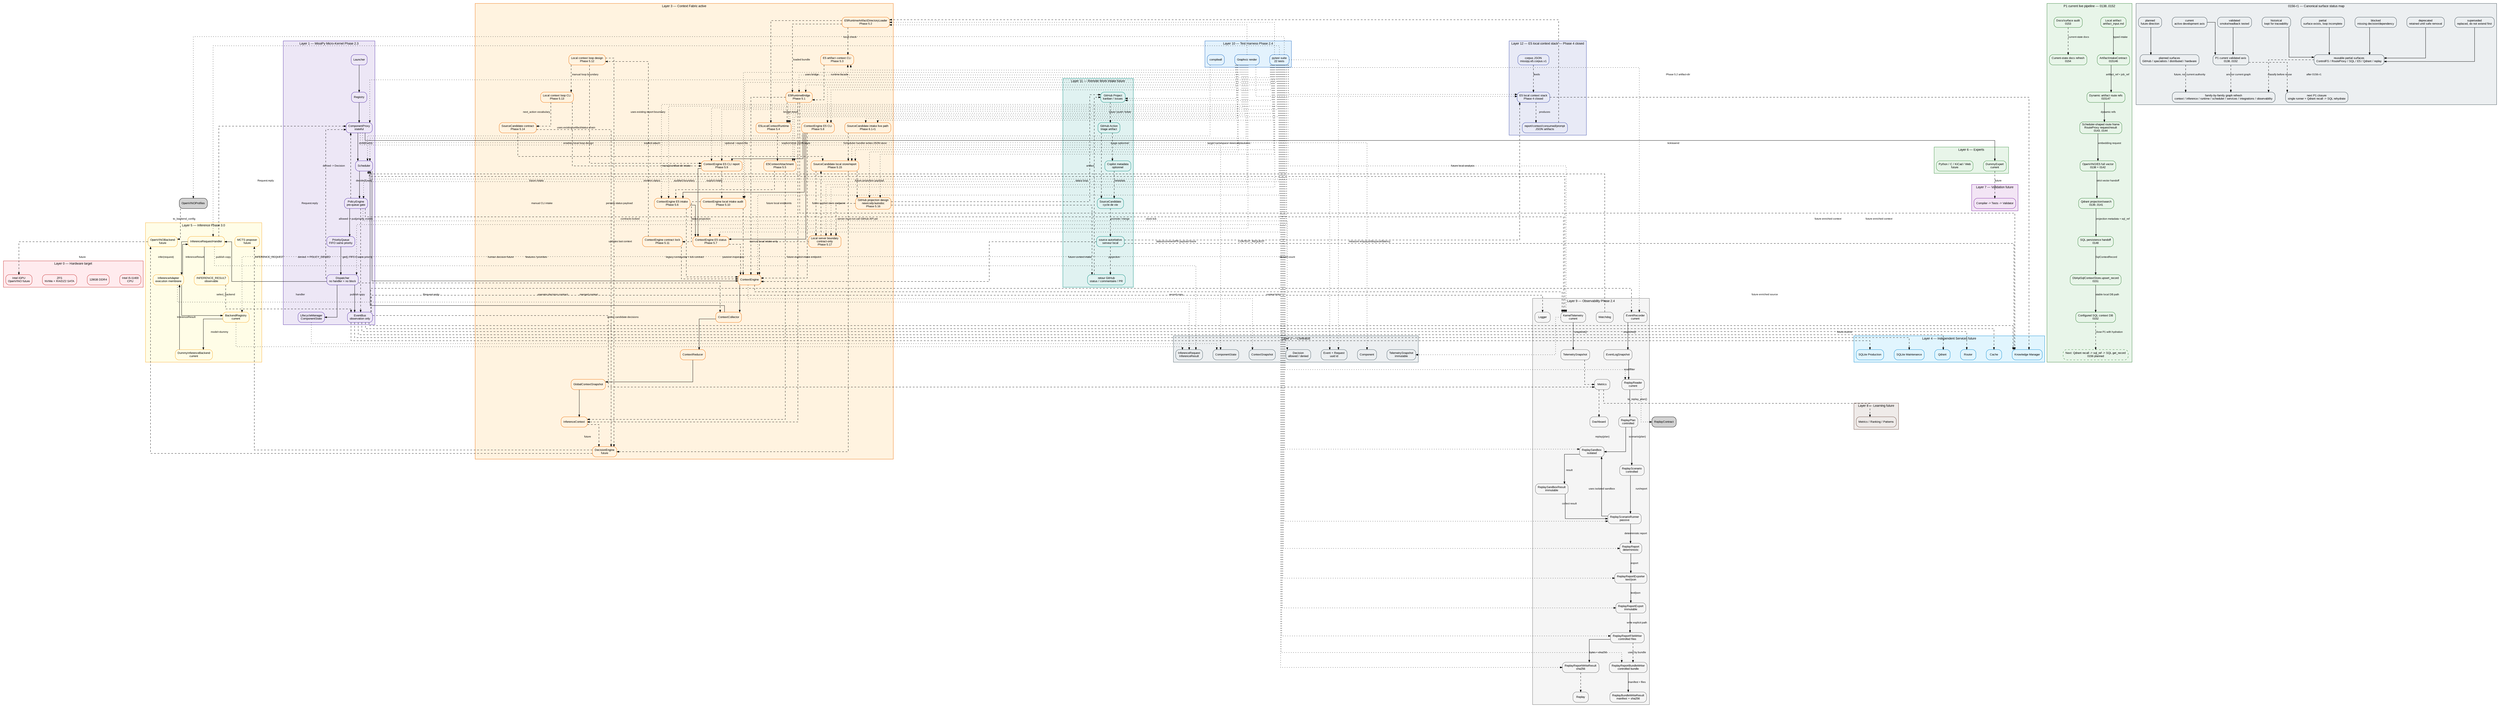
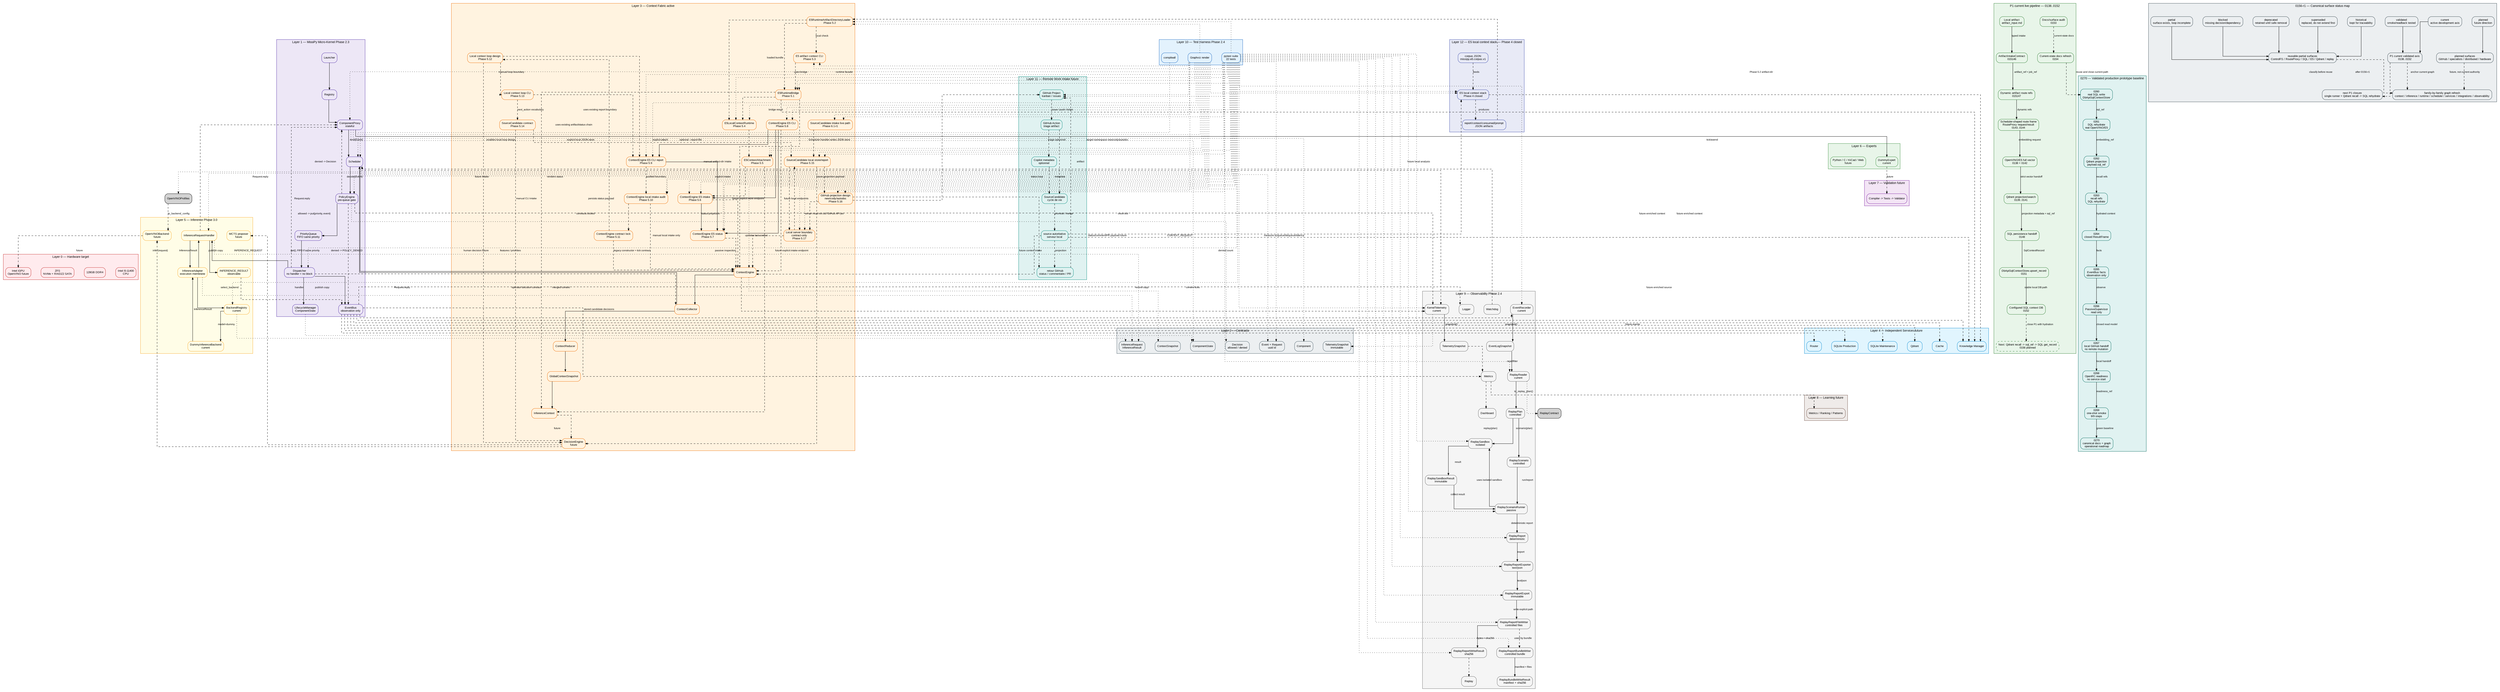
digraph Global {
    // ROADMAP_ID: global

    rankdir=TB;

    // ROADMAP_NOTE[phase2_5]:
    // BackendRegistry est ajouté au layer inference pour préparer
    // l’enregistrement explicite d’OpenVINO sans modifier le Scheduler.

    // ROADMAP_NOTE[phase3_0]:
    // OpenVINOModelProfileRegistry est ajouté pour décrire un ou plusieurs
    // modèles OpenVINO possibles avant de créer les backends exécutables.
    // ROADMAP_NOTE[phase0155]:
    // Canonical graph refresh: 00_global.dot is kept as the master graph.
    // P1 current live pipeline 0138..0152 is now visible from the global graph:
    // artifact intake -> dynamic route refs -> RouteProxy frames -> OpenVINO/E5
    // full vector -> Qdrant projection -> SQL handoff -> DbApiSqlContextStore
    // controlled write -> SQL readback. Changelogs become mandatory for each
    // significant architecture/runtime/doc/code-rule step.
+     // ROADMAP_NOTE[phase0270]:
+     // The canonical graph now exposes the validated 0260..0269 prototype axis.
+     // SQL remains durable authority; Qdrant is projection/recall; OpenVINO/E5 is
+     // explicit; EventBus and PassiveSupervisor are observation only; GitHub has
+     // no implicit remote mutation; OpenRC/OS/admin owns external processes.

    compound=true;
    splines=ortho;
    nodesep=0.5;
    ranksep=0.8;

    graph [fontname="Arial", fontsize=11];
    node [shape=box, style="rounded,filled", fontname="Arial", fontsize=10];
    edge [fontname="Arial", fontsize=9, arrowsize=0.7];

    // ROADMAP_NOTE[phase2_4]:
// ReplayReportBundleWriter ajoute un dossier de replay contrôlé :
// report.txt, report.json et manifest.json avec sha256. La roadmap DOT
// est aussi vérifiée par tests/docs/test_dot_links.py afin que les liens
// descente/remontée pointent vers des sources DOT existantes.
    // Le Layer 9 ajoute ReplayReportFileWriter après ReplayReportExport.
    // Cette étape persiste les exports texte/JSON vers chemins explicites.
    // Aucun répertoire n'est créé ni aucun fichier écrasé sans demande explicite.
    // Le writer reste passif et ne commande jamais le Scheduler vivant.


    // ROADMAP_NOTE[phase4_18_r2]:
    // GitHub Project Orchestrator est visible dans l'architecture globale.
    // Cette couche reste future et documentaire : pas d'API GitHub, pas de token,
    // pas de polling réseau et pas de dépendance Copilot dans le coeur.

    // ROADMAP_NOTE[phase4_19]:
    // La Phase 4 se clôt par un audit du moteur local E5 : corpus, recherche,
    // diagnostics, gates, rapports, contexte, consommation et prompt packet.
    // Le stack E5 reste hors Scheduler, hors Qdrant et hors backend de réponse.

    // ROADMAP_NOTE[phase4_20]:
    // Phase 4 clôturée : le moteur local E5 produit des artefacts déterministes
    // de recherche, contexte consommé et prompt packet. La Phase 5 peut brancher
    // ce socle au serveur local ou au Context Engine sans changer ces frontières.

    // ROADMAP_NOTE[phase5_2]:
    // E5RuntimeArtifactDirectoryLoader ajoute la bordure IO locale pour lire un
    // artifact-dir Phase 4 et réutiliser le pont pur E5RuntimeBridge. Aucun daemon,
    // réseau, Scheduler vivant, Qdrant ou LLM n'est introduit.


    // ROADMAP_NOTE[phase5_4]:
    // E5LocalContextRuntime ajoute une façade runtime locale stable au-dessus
    // du loader 5.2 et du bridge 5.1. Elle retourne un statut typé et un
    // InferenceContext sans CLI, daemon, réseau, Scheduler vivant, Qdrant ou LLM.

    // ROADMAP_NOTE[phase5_5]:
    // E5ContextAttachment fusionne explicitement un résultat runtime E5 local
    // avec un InferenceContext existant. Cette étape prépare l'intake futur du
    // ContextEngine sans lancer Scheduler, daemon, réseau, Qdrant ou LLM.

    // ROADMAP_NOTE[phase5_6]:
    // ContextEngine reçoit une entrée E5 explicite : artifact-dir ou runtime result
    // -> attachement -> last_inference_context. Aucun autoload, aucun Scheduler
    // vivant, aucun daemon, réseau, Qdrant ou LLM n'est introduit.

    // ROADMAP_NOTE[phase5_7]:
    // E5ContextEngineStatus ajoute une projection passive et sérialisable
    // de l'état E5 attaché au ContextEngine. Elle ne lit aucun fichier,
    // ne mute aucun contexte et ne déclenche aucun Scheduler/backend.

    // ROADMAP_NOTE[phase5_8]:
    // E5ContextEngineCLI ajoute une bordure manuelle : artifact-dir ->
    // ContextEngine.attach_e5_artifact_dir() -> E5ContextEngineStatus. Elle
    // ne lance aucun Scheduler vivant, daemon, réseau, Qdrant ou LLM.


    // ROADMAP_NOTE[phase5_10]:
    // Phase 5.10 audite le bloc d'intake manuel local : artifact-dir Phase 4,
    // ContextEngine E5 CLI, report JSON et projection status. Elle ne modifie
    // pas le runtime et prépare seulement la bascule future vers serveur/local loop.

    // ROADMAP_NOTE[phase5_9]:
    // E5ContextEngineCLIReport ajoute --report-file à la bordure CLI 5.8.
    // La commande existante peut persister son payload intake + status en JSON
    // atomique sans nouvelle surface CLI, Scheduler vivant, réseau, Qdrant ou LLM.







    // ROADMAP_NOTE[phase5_17]:
    // LocalServerBoundary formalise une surface serveur local future pour
    // SourceCandidate, reports et ContextEngine intake. Cette étape reste
    // contract-only : pas de serveur, socket, framework, réseau, GitHub API,
    // token, Scheduler autoload, Qdrant, LLM ou appel OpenVINO.




    // ROADMAP_NOTE[phase6_1_r1]:
    // la CLI produit une commande typée qui traverse Scheduler -> Dispatcher
    // -> SourceCandidateIntakeHandler -> store JSON réel -> événement observable.
    // ROADMAP_NOTE[phase6_1]:
    // SourceCandidateIntakeCLI démarre Phase 6 : une entrée opérateur locale
    // crée ou remplace une SourceCandidate dans le store JSON atomique. Aucun
    // serveur, daemon, réseau, API GitHub, token, Qdrant, LLM ou OpenVINO.

    // ROADMAP_NOTE[phase5_18]:
    // Phase 5 se clôt sur l'intégration locale contrôlée : artifact-dir E5,
    // runtime bridge/facade, ContextEngine intake explicite, status/report,
    // SourceCandidate local, projection GitHub documentaire et frontière
    // adapter serveur futur non choisie. Aucun daemon, réseau, GitHub API,
    // token, Qdrant, LLM ou appel OpenVINO caché n'est introduit.

    // ROADMAP_NOTE[phase5_17_r1]:
    // LocalServerBoundaryClarification précise que la frontière serveur est
    // un contrat d'adapter futur non choisi : adapter_kind=undecided et
    // framework_choice=undecided. FastAPI/Flask ne sont pas recommandés ici.

    // ROADMAP_NOTE[phase5_16]:
    // GitHubProjectionDesign formalise la projection future entre le store
    // local SourceCandidate et newicody/autodoc. Cette étape reste documentaire :
    // aucun token, réseau, polling, GitHub API, serveur, Qdrant ou LLM.

    // ROADMAP_NOTE[phase5_15]:
    // SourceCandidateStorageReport ajoute un store JSON local explicite pour
    // SourceCandidate : load, upsert atomique, snapshot et rapport optionnel.
    // La valeur newicody/autodoc reste une projection future sans API GitHub,
    // réseau, token, daemon, Qdrant, LLM ou base de données.

    // ROADMAP_NOTE[phase5_14]:
    // SourceCandidateContract ajoute le contrat local d'une entrée candidate :
    // origin/input/policy/status/decision/transition immuable. La valeur
    // newicody/autodoc prépare la projection GitHub future sans API, réseau ou token.

    // ROADMAP_NOTE[phase5_13]:
    // LocalContextLoopCLI ajoute une orchestration manuelle mince : artifact-dir
    // Phase 4 -> ContextEngine intake -> status -> report + next_action opérateur.
    // Elle ne relance pas E5/OpenVINO, ne mute aucune décision et n'ajoute aucun
    // daemon, serveur, réseau, Qdrant, LLM ou stockage persistant.

    // ROADMAP_NOTE[phase5_12]:
    // LocalContextLoopDesign formalise la boucle locale manuelle : artifact-dir
    // Phase 4 -> runtime local -> intake explicite ContextEngine -> status/report
    // -> décision humaine. Aucun serveur, daemon, réseau, stockage persistant,
    // Qdrant, LLM ou appel OpenVINO caché n'est introduit.

    // ROADMAP_NOTE[phase5_3]:
    // E5 artifact context CLI ajoute une bordure de vérification locale pour
    // afficher l'InferenceContext construit depuis un artifact-dir, sans daemon,
    // réseau, Scheduler vivant, Qdrant ou LLM.

    subgraph cluster_L0 {
        label="Layer 0 — Hardware target";
        color="#c62828";
        bgcolor="#ffebee";
        node [fillcolor="#ffebee", color="#c62828"];
        CPU [label="Intel i5-11400\nCPU"];
        RAM [label="128GB DDR4"];
        Storage [label="ZFS\nNVMe + RAIDZ2 SATA"];
        GPU [label="Intel iGPU\nOpenVINO future"];
    }

    subgraph cluster_L1 {
        label="Layer 1 — MissiPy Micro-Kernel Phase 2.3";
        color="#512da8";
        bgcolor="#ede7f6";
        node [fillcolor="#ede7f6", color="#512da8"];
        Launcher [URL="scheduler/10_scheduler.svg", tooltip="Zoom Scheduler"];
        Registry [URL="scheduler/10_scheduler.svg", tooltip="Registry"];
        Proxy [label="ComponentProxy\nstateful", URL="scheduler/component_proxy/14_component_proxy.svg", tooltip="Runtime proxy"];
        Scheduler [URL="scheduler/10_scheduler.svg", tooltip="Zoom Scheduler"];
        Policy [label="PolicyEngine\npre-queue gate", URL="scheduler/10_scheduler.svg"];
        Queue [label="PriorityQueue\nFIFO same priority", URL="scheduler/priority_queue/13_priority_queue.svg"];
        Dispatcher [label="Dispatcher\nno handler = no block", URL="scheduler/dispatcher/11_dispatcher.svg"];
        EventBus [label="EventBus\nobservation only", URL="scheduler/event_bus/12_event_bus.svg"];
        Lifecycle [label="LifecycleManager\nComponentState", URL="scheduler/10_scheduler.svg"];
    }

    subgraph cluster_L2 {
        label="Layer 2 — Contracts";
        color="#455a64";
        bgcolor="#eceff1";
        node [fillcolor="#eceff1", color="#455a64"];
        EventContract [label="Event + Request\nuuid id"];
        LifecycleContract [label="ComponentState"];
        ComponentContract [label="Component"];
        ContextContract [label="ContextSnapshot"];
        InferenceContract [label="InferenceRequest\nInferenceResult"];
        PolicyContract [label="Decision\nallowed / denied"];
        TelemetryContract [label="TelemetrySnapshot\nimmutable"];
    }

    subgraph cluster_L3 {
        label="Layer 3 — Context Fabric active";
        color="#ef6c00";
        bgcolor="#fff3e0";
        node [fillcolor="#fff3e0", color="#ef6c00"];
        ContextEngine [label="ContextEngine", URL="context/20_context.svg"];
        Collector [label="ContextCollector", URL="context/20_context.svg"];
        Reducer [label="ContextReducer", URL="context/20_context.svg"];
        Snapshot [label="GlobalContextSnapshot", URL="context/20_context.svg"];
        InferenceCtx [label="InferenceContext", URL="context/20_context.svg"];
        E5RuntimeBridge [label="E5RuntimeBridge\nPhase 5.1", URL="context/25_e5_runtime_bridge.svg"];
        E5ArtifactLoader [label="E5RuntimeArtifactDirectoryLoader\nPhase 5.2", URL="context/26_e5_artifact_directory_loader.svg"];
        E5ArtifactContextCLI [label="E5 artifact context CLI\nPhase 5.3", URL="context/27_e5_artifact_context_cli.svg"];
        E5LocalRuntime [label="E5LocalContextRuntime\nPhase 5.4", URL="context/28_e5_local_context_runtime.svg"];
        E5ContextAttachment [label="E5ContextAttachment\nPhase 5.5", URL="context/29_e5_context_attachment.svg"];
        E5ContextEngineIntake [label="ContextEngine E5 intake\nPhase 5.6", URL="context/30_e5_context_engine_intake.svg"];
        E5ContextEngineStatus [label="ContextEngine E5 status\nPhase 5.7", URL="context/31_e5_context_engine_status.svg"];
        E5ContextEngineCLI [label="ContextEngine E5 CLI\nPhase 5.8", URL="context/32_e5_context_engine_cli.svg"];
        E5ContextEngineCLIReport [label="ContextEngine E5 CLI report\nPhase 5.9", URL="context/33_e5_context_engine_cli_report.svg"];
        E5ContextEngineIntakeAudit [label="ContextEngine local intake audit\nPhase 5.10", URL="context/34_e5_context_engine_intake_audit.svg"];
        ContextEngineContractLock [label="ContextEngine contract lock\nPhase 5.11", URL="context/35_context_engine_contract_lock.svg"];
        LocalContextLoopDesign [label="Local context loop design\nPhase 5.12", URL="context/36_local_context_loop_design.svg"];
        LocalContextLoopCLI [label="Local context loop CLI\nPhase 5.13", URL="context/37_local_context_loop_cli.svg"];
        SourceCandidateContract [label="SourceCandidate contract\nPhase 5.14", URL="context/38_source_candidate_contract.svg"];
        SourceCandidateStore [label="SourceCandidate local store/report\nPhase 5.15", URL="context/39_source_candidate_storage_report.svg"];
        GitHubProjectionDesign [label="GitHub projection design\nnewicody/autodoc\nPhase 5.16", URL="context/40_github_projection_design.svg"];
        LocalServerBoundary [label="Local server boundary\ncontract-only\nPhase 5.17", URL="context/41_local_server_boundary.svg"];
        Decision [label="DecisionEngine\nfuture", URL="context/20_context.svg"];
        SourceCandidateIntakeLivePath [label="SourceCandidate intake live path\nPhase 6.1-r1", URL="context/44_source_candidate_intake_live_path.svg"];
    }

    E5ContextEngineIntake -> E5ContextEngineStatus [label="status projection"];
    E5ContextEngineCLI -> E5ContextEngineIntake [label="manual artifact-dir intake"];
    E5ContextEngineCLI -> E5ContextEngineStatus [label="renders status"];
    E5ContextEngineCLI -> E5ContextEngineCLIReport [label="optional --report-file"];
    E5ContextEngineCLIReport -> E5ContextEngineStatus [label="persists status payload"];
    E5ContextEngineCLIReport -> E5ContextEngineIntakeAudit [style=dashed, label="audited boundary"];
    E5ContextEngineIntakeAudit -> ContextEngineContractLock [style=dashed, label="contracts locked"];
    ContextEngineContractLock -> ContextEngine [style=dashed, label="legacy constructor + tick contract"];
    E5ContextEngineIntakeAudit -> ContextEngine [style=dashed, label="manual local intake only"];
    ContextEngineContractLock -> LocalContextLoopDesign [style=dashed, label="enables local loop design"];
    LocalContextLoopDesign -> E5ContextEngineCLIReport [style=dashed, label="uses existing report boundary"];
    LocalContextLoopDesign -> LocalContextLoopCLI [style=dashed, label="manual loop boundary"];
    LocalContextLoopCLI -> E5ContextEngineCLIReport [style=dashed, label="uses existing artifact/status chain"];
    LocalContextLoopCLI -> SourceCandidateContract [style=dashed, label="next_action vocabulary"];
    SourceCandidateContract -> SourceCandidateStore [style=dashed, label="explicit local JSON store"];
    SourceCandidateStore -> Decision [style=dashed, label="stored candidate decisions"];
    SourceCandidateIntakeLivePath -> SourceCandidateStore [style=dashed, label="Scheduler handler writes JSON store"];
    SourceCandidateStore -> GitHubProjectionDesign [style=dashed, label="future projection payload"];
    SourceCandidateContract -> Decision [style=dashed, label="operator decision contract"];
    LocalContextLoopDesign -> Decision [style=dashed, label="human decision future"];


    subgraph cluster_P1_CURRENT_0155 {
        label="P1 current live pipeline — 0138..0152";
        color="#2e7d32";
        bgcolor="#e8f5e9";
        node [fillcolor="#e8f5e9", color="#2e7d32"];

        P1Artifact [label="Local artifact\nartifact_input.md", URL="runtime/145_local_artifact_vector_indexing_runner.svg"];
        P1Intake [label="ArtifactIntakeContract\n015146", URL="runtime/146_artifact_intake_contract.svg"];
        P1RouteRefs [label="Dynamic artifact route refs\n015147", URL="runtime/147_dynamic_artifact_route_refs.svg"];
        P1SchedulerRoute [label="Scheduler-shaped route frame\nRouteProxy request/result\n0143..0144", URL="runtime/143_scheduler_vector_indexing_smoke.svg"];
        P1OpenVINO [label="OpenVINO/E5 full vector\n0138 + 0142", URL="runtime/142_machine_vector_handoff.svg"];
        P1Qdrant [label="Qdrant projection/search\n0139..0141", URL="runtime/140_qdrant_projection_operator_rest_smoke.svg"];
        P1SqlHandoff [label="SQL persistence handoff\n0148", URL="runtime/148_sql_persistence_handoff.svg"];
        P1SqlStore [label="DbApiSqlContextStore.upsert_record\n0151", URL="runtime/151_sql_context_store_controlled_write.svg"];
        P1ConfiguredDb [label="Configured SQL context DB\n0152", URL="runtime/152_sql_context_store_configured_db_path.svg"];
        P1DocsAudit [label="Docs/surface audit\n0153", URL="runtime/153_architecture_docs_surface_audit.svg"];
        P1DocsRefresh [label="Current-state docs refresh\n0154", URL="runtime/154_current_p1_pipeline.svg"];
        P1RehydrationNext [label="Next: Qdrant recall -> sql_ref -> SQL get_record\n0156 planned", style="rounded,dashed,filled"];
    }

    P1Artifact -> P1Intake [label="typed intake"];
    P1Intake -> P1RouteRefs [label="artifact_ref + job_ref"];
    P1RouteRefs -> P1SchedulerRoute [label="dynamic refs"];
    P1SchedulerRoute -> P1OpenVINO [label="embedding request"];
    P1OpenVINO -> P1Qdrant [label="strict vector handoff"];
    P1Qdrant -> P1SqlHandoff [label="projection metadata + sql_ref"];
    P1SqlHandoff -> P1SqlStore [label="SqlContextRecord"];
    P1SqlStore -> P1ConfiguredDb [label="stable local DB path"];
    P1ConfiguredDb -> P1RehydrationNext [style=dashed, label="close P1 with hydration"];
    P1DocsAudit -> P1DocsRefresh [style=dashed, label="current-state docs"];


    subgraph cluster_L4 {
        label="Layer 4 — Independent Services future";
        color="#0288d1";
        bgcolor="#e1f5fe";
        node [fillcolor="#e1f5fe", color="#0288d1"];
        Router [URL="services/30_services.svg"];
        SQLiteProd [label="SQLite Production", URL="services/30_services.svg"];
        SQLiteMaint [label="SQLite Maintenance", URL="services/30_services.svg"];
        Qdrant [URL="services/30_services.svg"];
        Cache [URL="services/30_services.svg"];
        Knowledge [label="Knowledge Manager", URL="services/30_services.svg"];
    }

    subgraph cluster_L5 {
        label="Layer 5 — Inference Phase 3.0";
        color="#f9a825";
        bgcolor="#fffde7";
        node [fillcolor="#fffde7", color="#f9a825"];
        InferenceHandler [label="InferenceRequestHandler", URL="inference/40_inference.svg"];
        InferenceAdapter [label="InferenceAdapter\nexecution membrane", URL="inference/40_inference.svg"];
        BackendRegistry [label="BackendRegistry\ncurrent", URL="inference/40_inference.svg"];
        DummyBackend [label="DummyInferenceBackend\ncurrent", URL="inference/40_inference.svg"];
        InferenceResult [label="INFERENCE_RESULT\nobservable", URL="inference/40_inference.svg"];
        OpenVINO [label="OpenVINOBackend\nfuture", URL="inference/40_inference.svg"];
        MCTS [label="MCTS proposer\nfuture"];
    }

    subgraph cluster_L6 {
        label="Layer 6 — Experts";
        color="#388e3c";
        bgcolor="#e8f5e9";
        node [fillcolor="#e8f5e9", color="#388e3c"];
        Dummy [label="DummyExpert\ncurrent", URL="experts/40_experts.svg"];
        ExpertsFuture [label="Python / C / KiCad / Web\nfuture", URL="experts/40_experts.svg"];
    }

    subgraph cluster_L7 {
        label="Layer 7 — Validation future";
        color="#7b1fa2";
        bgcolor="#f3e5f5";
        node [fillcolor="#f3e5f5", color="#7b1fa2"];
        Validation [label="Compiler -> Tests -> Validator", URL="validation/50_validation.svg"];
    }

    subgraph cluster_L8 {
        label="Layer 8 — Learning future";
        color="#6d4c41";
        bgcolor="#efebe9";
        node [fillcolor="#efebe9", color="#6d4c41"];
        Learning [label="Metrics / Ranking / Patterns", URL="learning/60_learning.svg"];
    }

    subgraph cluster_L9 {
        label="Layer 9 — Observability Phase 2.4";
        color="#666666";
        bgcolor="#f5f5f5";
        node [fillcolor="#f5f5f5", color="#666666"];
        Logger [URL="observability/70_observability.svg"];
        KernelTelemetry [label="KernelTelemetry
current", URL="observability/70_observability.svg"];
        TelemetrySnapshot [label="TelemetrySnapshot", URL="observability/70_observability.svg"];
        EventRecorder [label="EventRecorder
current", URL="observability/70_observability.svg"];
        EventLogSnapshot [label="EventLogSnapshot", URL="observability/70_observability.svg"];
        ReplayReader [label="ReplayReader
current", URL="observability/70_observability.svg"];
        ReplayPlan [label="ReplayPlan
controlled", URL="observability/70_observability.svg"];
        ReplaySandbox [label="ReplaySandbox
isolated", URL="observability/70_observability.svg"];
        ReplaySandboxResult [label="ReplaySandboxResult
immutable", URL="observability/70_observability.svg"];
        ReplayScenario [label="ReplayScenario
controlled", URL="observability/70_observability.svg"];
        ReplayScenarioRunner [label="ReplayScenarioRunner
passive", URL="observability/70_observability.svg"];
        ReplayReport [label="ReplayReport
deterministic", URL="observability/70_observability.svg"];
        ReplayReportExporter [label="ReplayReportExporter
text/json", URL="observability/70_observability.svg"];
        ReplayReportExport [label="ReplayReportExport
immutable", URL="observability/70_observability.svg"];
        ReplayReportFileWriter [label="ReplayReportFileWriter
controlled files", URL="observability/70_observability.svg"];
        ReplayReportWriteResult [label="ReplayReportWriteResult
sha256", URL="observability/70_observability.svg"];
        ReplayReportBundleWriter [label="ReplayReportBundleWriter
controlled bundle", URL="observability/70_observability.svg"];
        ReplayBundleWriteResult [label="ReplayBundleWriteResult
manifest + sha256", URL="observability/70_observability.svg"];
        Metrics [URL="observability/70_observability.svg"];
        Replay [URL="observability/70_observability.svg"];
        Dashboard [URL="observability/70_observability.svg"];
        Watchdog [URL="observability/70_observability.svg"];
    }

    subgraph cluster_L10 {
        label="Layer 10 — Test Harness Phase 2.4";
        color="#1565c0";
        bgcolor="#e3f2fd";
        node [fillcolor="#e3f2fd", color="#1565c0"];
        Pytest [label="pytest suite\n22 tests", URL="tests/80_tests.svg"];
        CompileAll [label="compileall"];
        DotRender [label="Graphviz render"];
    }



    subgraph cluster_L11 {
        label="Layer 11 — Remote Work Intake future";
        color="#00897b";
        bgcolor="#e0f2f1";
        node [fillcolor="#e0f2f1", color="#00897b"];
        GitHubProject [label="GitHub Project
kanban / issues", URL="integrations/90_github_project_orchestrator.svg"];
        GitHubAction [label="GitHub Action
triage artifact", URL="integrations/90_github_project_orchestrator.svg"];
        CopilotMetadata [label="Copilot metadata
optionnel", URL="integrations/90_github_project_orchestrator.svg"];
        SourceCandidate [label="SourceCandidate
cycle de vie", URL="integrations/91_source_candidate_lifecycle.svg"];
        LocalAuthority [label="source autoritative
serveur local", URL="integrations/91_source_candidate_lifecycle.svg"];
        GitHubFeedback [label="retour GitHub
status / commentaire / PR", URL="integrations/90_github_project_orchestrator.svg"];
    }

    subgraph cluster_L12 {
        label="Layer 12 — E5 local context stack — Phase 4 closed";
        color="#3949ab";
        bgcolor="#e8eaf6";
        node [fillcolor="#e8eaf6", color="#3949ab"];
        E5LocalStack [label="E5 local context stack
Phase 4 closed", URL="inference/74_e5_phase4_closure.svg"];
        E5Corpus [label="corpus JSON
missipy.e5.corpus.v1", URL="inference/73_e5_phase4_final_audit.svg"];
        E5Reports [label="report/context/consumed/prompt
JSON artifacts", URL="inference/74_e5_phase4_closure.svg"];
    }

    Launcher -> Registry;
    Registry -> Proxy;
    Proxy -> Scheduler [label="emit(Event)"];
    Scheduler -> Policy [label="decide(Event)"];
    Policy -> Queue [label="allowed -> put(priority, event)"];
    Policy -> EventBus [label="denied -> POLICY_DENIED", style=dashed];
    Policy -> Proxy [label="denied -> Decision", style=dashed];
    Queue -> Dispatcher [label="get(), FIFO if same priority"];
    Dispatcher -> Lifecycle [label="handler"];
    Dispatcher -> EventBus [label="publish copy"];
    Dispatcher -> Proxy [label="Request.reply", style=dashed];

    Lifecycle -> LifecycleContract [style=dotted];
    Proxy -> LifecycleContract [style=dotted];

    Scheduler -> ContextEngine [label="clock tick"];
    ContextEngine -> Collector;
    Collector -> Scheduler [label="CONTEXT_REQUEST"];
    Dispatcher -> Collector [label="Request.reply", style=dashed];
    Collector -> Reducer;
    Reducer -> Snapshot;
    Snapshot -> InferenceCtx;
    InferenceCtx -> Decision [style=dashed, label="future"];

    Scheduler -> EventContract [style=dotted];
    Policy -> PolicyContract [style=dotted];
    KernelTelemetry -> TelemetryContract [style=dotted];
    Proxy -> ComponentContract [style=dotted];
    ContextEngine -> ContextContract [style=dotted];
    InferenceHandler -> InferenceContract [style=dotted];
    ReplayReader -> ReplayContract [style=dotted];
    InferenceAdapter -> InferenceContract [style=dotted];
    BackendRegistry -> InferenceContract [style=dotted];

    Proxy -> Dummy [label="tick/asend"];

    Dispatcher -> InferenceHandler [label="INFERENCE_REQUEST"];
    InferenceHandler -> InferenceAdapter [label="infer(request)"];
    InferenceAdapter -> BackendRegistry [label="select_backend"];
    BackendRegistry -> DummyBackend [label="model=dummy"];
    DummyBackend -> InferenceAdapter [label="InferenceResult"];
    InferenceAdapter -> InferenceHandler [label="InferenceResult"];
    InferenceHandler -> InferenceResult [label="publish copy"];
    InferenceHandler -> Proxy [label="Request.reply", style=dashed];
    InferenceResult -> EventBus [style=dashed];
    OpenVINOProfiles -> OpenVINO [style=dashed, label="to_backend_config"];
    OpenVINO -> GPU [style=dashed, label="future"];
    E5Corpus -> E5LocalStack [style=dashed, label="feeds"];
    E5LocalStack -> E5Reports [style=dashed, label="produces"];
    E5Reports -> E5ArtifactLoader [style=dashed, label="Phase 5.2 artifact-dir"];
    E5ArtifactLoader -> E5RuntimeBridge [style=dashed, label="loaded bundle"];
    E5ArtifactLoader -> E5ArtifactContextCLI [style=dashed, label="local check"];
    E5ArtifactContextCLI -> E5RuntimeBridge [style=dashed, label="uses bridge"];
    E5ArtifactLoader -> E5LocalRuntime [style=dashed, label="runtime facade"];
    E5RuntimeBridge -> E5LocalRuntime [style=dashed, label="bridge result"];
    E5LocalRuntime -> E5ContextAttachment [style=dashed, label="explicit attach"];
    E5ContextAttachment -> InferenceCtx [style=dashed, label="merged context"];
    E5RuntimeBridge -> InferenceCtx [style=dashed, label="features / priorities"];
    E5ContextAttachment -> E5ContextEngineIntake [style=dashed, label="explicit intake"];
    E5ContextEngineIntake -> ContextEngine [style=dashed, label="updates last context"];
    E5ContextEngineStatus -> ContextEngine [style=dashed, label="passive inspection"];
    E5ContextEngineCLI -> ContextEngine [style=dashed, label="manual CLI intake"];
    E5RuntimeBridge -> ContextEngine [style=dashed, label="future intake"];
    E5RuntimeBridge -> Knowledge [style=dashed, label="future enriched context"];
    E5LocalStack -> Knowledge [style=dashed, label="future enriched context"];

    Scheduler -> KernelTelemetry [style=dashed, label="measure enqueue/dequeue/latency"];
    Policy -> KernelTelemetry [style=dashed, label="denied count"];
    ContextEngine -> KernelTelemetry [style=dashed, label="context ticks"];
    KernelTelemetry -> TelemetrySnapshot [label="snapshot()"];
    TelemetrySnapshot -> Metrics [style=dashed];

    EventBus -> Logger [style=dashed];
    EventBus -> Metrics [style=dashed];
    EventBus -> EventRecorder [style=dashed, label="record copy"];
    EventRecorder -> EventLogSnapshot [label="snapshot()"];
    EventLogSnapshot -> ReplayReader [label="read/filter"];
    ReplayReader -> ReplayPlan [label="to_replay_plan()"];
    ReplayPlan -> ReplaySandbox [label="replay(plan)"];
    ReplaySandbox -> ReplaySandboxResult [label="result"];
    ReplayPlan -> ReplayScenario [label="scenario(plan)"];
    ReplayScenario -> ReplayScenarioRunner [label="run/report"];
    ReplayScenarioRunner -> ReplaySandbox [label="uses isolated sandbox"];
    ReplaySandboxResult -> ReplayScenarioRunner [label="collect result"];
    ReplayScenarioRunner -> ReplayReport [label="deterministic report"];
    ReplayReport -> ReplayReportExporter [label="export"];
    ReplayReportExporter -> ReplayReportExport [label="text/json"];
    ReplayReportExport -> ReplayReportFileWriter [label="write explicit path"];
    ReplayReportFileWriter -> ReplayReportWriteResult [label="bytes + sha256"];
    ReplayReportFileWriter -> ReplayReportBundleWriter [style=dashed, label="used by bundle"];
    ReplayReportBundleWriter -> ReplayBundleWriteResult [label="manifest + files"];
    ReplayReportWriteResult -> Replay [style=dashed];
    Metrics -> Dashboard [style=dashed];
    Watchdog -> Scheduler [style=dashed];

    Pytest -> EventContract [style=dotted];
    Pytest -> Dispatcher [style=dotted];
    Pytest -> Proxy [style=dotted];
    Pytest -> ContextEngine [style=dotted];
    Pytest -> InferenceHandler [style=dotted];
    Pytest -> BackendRegistry [style=dotted];
    Pytest -> OpenVINOProfiles [style=dotted];
    Pytest -> Policy [style=dotted];
    Pytest -> KernelTelemetry [style=dotted];
    Pytest -> EventRecorder [style=dotted];
    Pytest -> ReplayReader [style=dotted];
    Pytest -> ReplaySandbox [style=dotted];
    Pytest -> ReplayScenarioRunner [style=dotted];
    Pytest -> ReplayReport [style=dotted];
    Pytest -> ReplayReportExporter [style=dotted];
    Pytest -> ReplayReportExport [style=dotted];
    Pytest -> ReplayReportFileWriter [style=dotted];
    Pytest -> ReplayReportBundleWriter [style=dotted];
    Pytest -> ReplayReportWriteResult [style=dotted];
    CompileAll -> Scheduler [style=dotted];
    DotRender -> Scheduler [style=dotted];

    EventBus -> Router [style=dashed, label="future events"];
    EventBus -> SQLiteProd [style=dashed];
    EventBus -> SQLiteMaint [style=dashed];
    EventBus -> Qdrant [style=dashed];
    EventBus -> Cache [style=dashed];
    EventBus -> Knowledge [style=dashed];
    Decision -> OpenVINO [style=dashed];
    Decision -> MCTS [style=dashed];
    Dummy -> Validation [style=dashed, label="future"];
    Metrics -> Learning [style=dashed];

    GitHubProject -> GitHubAction [style=dashed, label="issue / push / ticket"];
    GitHubAction -> CopilotMetadata [style=dashed, label="triage optionnel"];
    CopilotMetadata -> SourceCandidate [style=dashed, label="metadata"];
    GitHubAction -> SourceCandidate [style=dashed, label="artifact"];
    SourceCandidate -> LocalAuthority [style=dashed, label="promote / merge"];
    LocalAuthority -> E5LocalStack [style=dashed, label="future local analysis"];
    LocalAuthority -> ContextEngine [style=dashed, label="future context intake"];
    LocalAuthority -> Knowledge [style=dashed, label="future enriched source"];
    LocalAuthority -> GitHubFeedback [style=dashed, label="projection"];
    GitHubProjectionDesign -> GitHubProject [style=dashed, label="target namespace newicody/autodoc"];
    GitHubProjectionDesign -> GitHubFeedback [style=dashed, label="status/comment/PR payload future"];
    SourceCandidateStore -> LocalServerBoundary [style=dashed, label="future local endpoints"];
    GitHubProjectionDesign -> LocalServerBoundary [style=dashed, label="server must not call GitHub API yet"];
    LocalServerBoundary -> ContextEngine [style=dashed, label="future explicit intake endpoint"];
    LocalServerBoundary -> SourceCandidateStore [style=dashed, label="future explicit store endpoint"];
    GitHubFeedback -> GitHubProject [style=dashed, label="status loop"];
    Pytest -> GitHubProject [style=dotted];
    Pytest -> E5LocalStack [style=dotted];
    Pytest -> E5RuntimeBridge [style=dotted];
    Pytest -> E5ArtifactLoader [style=dotted];
    Pytest -> E5ArtifactContextCLI [style=dotted];
    Pytest -> E5LocalRuntime [style=dotted];
    Pytest -> E5ContextAttachment [style=dotted];
    Pytest -> E5ContextEngineIntake [style=dotted];
    Pytest -> E5ContextEngineStatus [style=dotted];
    Pytest -> E5ContextEngineCLI [style=dotted];
    Pytest -> E5ContextEngineCLIReport [style=dotted];
    Pytest -> E5ContextEngineIntakeAudit [style=dotted];
    Pytest -> SourceCandidateStore [style=dotted];
    Pytest -> SourceCandidateIntakeLivePath [style=dotted];
    Pytest -> GitHubProjectionDesign [style=dotted];
    Pytest -> LocalServerBoundary [style=dotted];
    DotRender -> GitHubProject [style=dotted];
    DotRender -> E5LocalStack [style=dotted];
    DotRender -> E5RuntimeBridge [style=dotted];
    DotRender -> E5ArtifactLoader [style=dotted];
    DotRender -> E5ArtifactContextCLI [style=dotted];
    DotRender -> E5LocalRuntime [style=dotted];
    DotRender -> E5ContextAttachment [style=dotted];
    DotRender -> E5ContextEngineIntake [style=dotted];
    DotRender -> E5ContextEngineStatus [style=dotted];
    DotRender -> E5ContextEngineCLI [style=dotted];
    DotRender -> E5ContextEngineCLIReport [style=dotted];
    DotRender -> E5ContextEngineIntakeAudit [style=dotted];
    DotRender -> SourceCandidateStore [style=dotted];
    DotRender -> SourceCandidateIntakeLivePath [style=dotted];
    DotRender -> GitHubProjectionDesign [style=dotted];
    DotRender -> LocalServerBoundary [style=dotted];

   // ROADMAP_NOTE[phase0156_r1]:
   // 0156-r1 updates the canonical global graph from the exact local
   // 00_global.dot state. It adds a status inventory view without deleting
   // historical graph branches and without creating runtime code.

   subgraph cluster_0156_R1_GLOBAL_STATUS {
       label="0156-r1 — Canonical surface status map";
       color="#37474f";
       bgcolor="#eceff1";
       node [fillcolor="#eceff1", color="#37474f"];

       StatusCurrent0156R1 [label="current\nactive development axis"];
       StatusValidated0156R1 [label="validated\nsmoke/readback tested"];
       StatusPartial0156R1 [label="partial\nsurface exists, loop incomplete"];
       StatusPlanned0156R1 [label="planned\nfuture direction"];
       StatusHistorical0156R1 [label="historical\nkept for traceability"];
       StatusSuperseded0156R1 [label="superseded\nreplaced, do not extend first"];
       StatusDeprecated0156R1 [label="deprecated\nretained until safe removal"];
       StatusBlocked0156R1 [label="blocked\nmissing decision/dependency"];

       P1CurrentAxis0156R1 [label="P1 current validated axis\n0138..0152"];
       P1Next0156R1 [label="next P1 closure\nsingle runner + Qdrant recall -> SQL rehydrate"];
       ReusableSurfaces0156R1 [label="reusable partial surfaces\nControlFS / RouteProxy / SQL / E5 / Qdrant / replay"];
       PlannedSurfaces0156R1 [label="planned surfaces\nGitHub / specialists / distributed / hardware"];
       FamilyRefresh0156R1 [label="family-by-family graph refresh\ncontext / inference / runtime / scheduler / services / integrations / observability"];

       StatusCurrent0156R1 -> P1CurrentAxis0156R1;
       StatusValidated0156R1 -> P1CurrentAxis0156R1;
       StatusPartial0156R1 -> ReusableSurfaces0156R1;
       StatusHistorical0156R1 -> ReusableSurfaces0156R1;
       StatusSuperseded0156R1 -> ReusableSurfaces0156R1;
       StatusDeprecated0156R1 -> ReusableSurfaces0156R1;
       StatusBlocked0156R1 -> ReusableSurfaces0156R1;
       StatusPlanned0156R1 -> PlannedSurfaces0156R1;

       P1CurrentAxis0156R1 -> P1Next0156R1 [style=dashed, label="after 0156-r1"];
       P1CurrentAxis0156R1 -> FamilyRefresh0156R1 [style=dashed, label="anchor current graph"];
       ReusableSurfaces0156R1 -> FamilyRefresh0156R1 [style=dashed, label="classify before reuse"];
       PlannedSurfaces0156R1 -> FamilyRefresh0156R1 [style=dashed, label="future, not current authority"];
   }

+ 
+    subgraph cluster_0270_PROTOTYPE_OPERATIONAL_BASELINE {
+        label="0270 — Validated production prototype baseline";
+        color="#00695c";
+        bgcolor="#e0f2f1";
+        node [fillcolor="#e0f2f1", color="#00695c"];
+ 
+        PrototypeSql0260 [label="0260\nreal SQL write\nDbApiSqlContextStore"];
+        PrototypeEmbedding0261 [label="0261\nSQL rehydrate\nreal OpenVINO/E5"];
+        PrototypeProjection0262 [label="0262\nQdrant projection\npayload.sql_ref"];
+        PrototypeRecall0263 [label="0263\nrecall refs\nSQL rehydrate"];
+        PrototypeClosedFrame0264 [label="0264\nclosed ResultFrame"];
+        PrototypeEventBus0265 [label="0265\nEventBus facts\nobservation only"];
+        PrototypeSupervisor0266 [label="0266\nPassiveSupervisor\nread only"];
+        PrototypeGitHub0267 [label="0267\nlocal GitHub handoff\nno remote mutation"];
+        PrototypeReadiness0268 [label="0268\nOpenRC readiness\nno service start"];
+        PrototypeSmoke0269 [label="0269\none-shot smoke\n9/9 steps"];
+        PrototypeDocs0270 [label="0270\ncanonical docs + graph\noperational roadmap"];
+ 
+        PrototypeSql0260 -> PrototypeEmbedding0261 [label="sql_ref"];
+        PrototypeEmbedding0261 -> PrototypeProjection0262 [label="embedding_ref"];
+        PrototypeProjection0262 -> PrototypeRecall0263 [label="recall refs"];
+        PrototypeRecall0263 -> PrototypeClosedFrame0264 [label="hydrated context"];
+        PrototypeClosedFrame0264 -> PrototypeEventBus0265 [label="facts"];
+        PrototypeEventBus0265 -> PrototypeSupervisor0266 [label="observe"];
+        PrototypeSupervisor0266 -> PrototypeGitHub0267 [label="closed read model"];
+        PrototypeGitHub0267 -> PrototypeReadiness0268 [label="local handoff"];
+        PrototypeReadiness0268 -> PrototypeSmoke0269 [label="readiness_ref"];
+        PrototypeSmoke0269 -> PrototypeDocs0270 [label="green baseline"];
+    }
+ 
+    P1DocsRefresh -> PrototypeSql0260 [style=dashed, label="reuse and close current path"];
+ 
}

